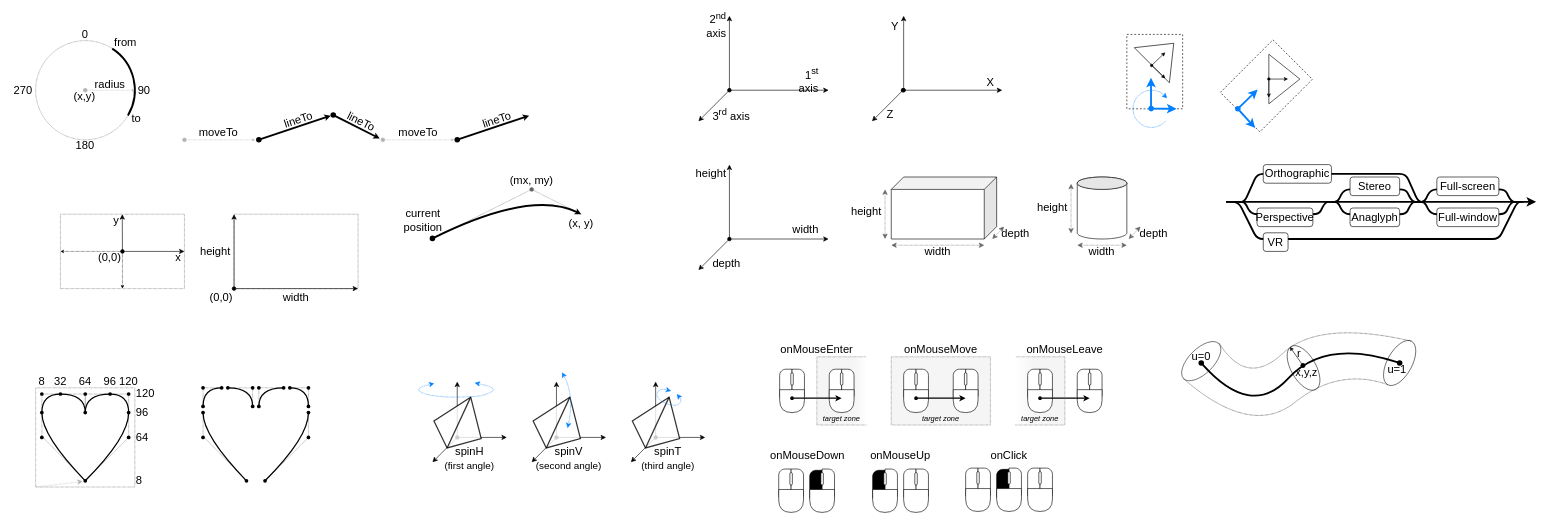
boytchev/suica keeps this draw.io diagram as docs/images/images.drawio. Above is the earlier version. Source tidied: cells renumbered, new cells numbered last; positions are measured from the earlier drawing's top-left corner, leaving out a move shared by most shapes. Both pictures are drawn from the tidied source at 62%, with x=0, y=0 at pixel (11, 16).
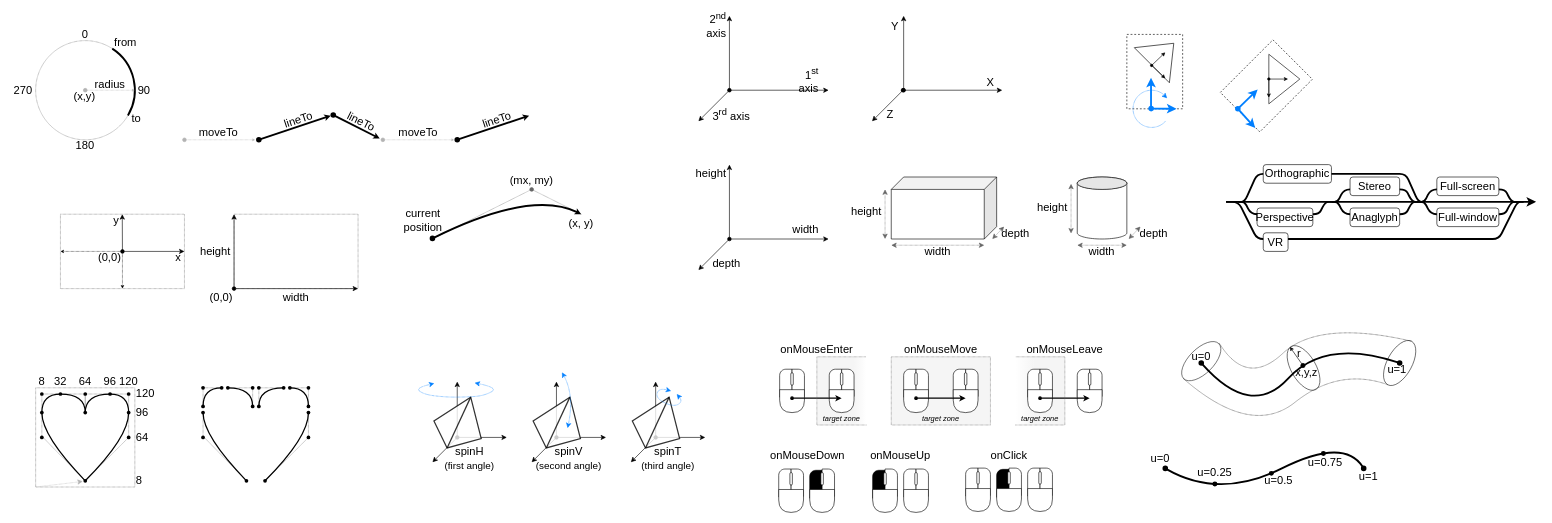
After the change.

What changed in the source:
```diff
@@
+    <mxCell id="282" style="endArrow=oval;html=1;startArrow=oval;startFill=1;endFill=1;curved=1;strokeWidth=3;" parent="1" edge="1">
+      <mxGeometry relative="1" as="geometry">
+        <mxPoint x="1862" y="730" as="sourcePoint" />
+        <mxPoint x="2182" y="730" as="targetPoint" />
+        <Array as="points">
+          <mxPoint x="1950" y="780" />
+          <mxPoint x="2150" y="680" />
+        </Array>
+      </mxGeometry>
+    </mxCell>
+    <mxCell id="283" value="u=0" style="text;html=1;strokeColor=none;fillColor=none;align=center;verticalAlign=middle;whiteSpace=wrap;rounded=0;fontFamily=Calibri;fontSize=18;" parent="1" vertex="1">
+      <mxGeometry x="1834" y="703.5" width="40" height="20" as="geometry" />
+    </mxCell>
+    <mxCell id="284" value="u=1" style="text;html=1;strokeColor=none;fillColor=none;align=center;verticalAlign=middle;whiteSpace=wrap;rounded=0;fontFamily=Calibri;fontSize=18;" parent="1" vertex="1">
+      <mxGeometry x="2170" y="733" width="40" height="20" as="geometry" />
+    </mxCell>
+    <mxCell id="285" style="ellipse;whiteSpace=wrap;html=1;fillColor=#000000;strokeColor=none;" parent="1" vertex="1">
+      <mxGeometry x="2029" y="734" width="8" height="8" as="geometry" />
+    </mxCell>
+    <mxCell id="286" style="ellipse;whiteSpace=wrap;html=1;fillColor=#000000;strokeColor=none;" parent="1" vertex="1">
+      <mxGeometry x="1938" y="751" width="8" height="8" as="geometry" />
+    </mxCell>
+    <mxCell id="287" style="ellipse;whiteSpace=wrap;html=1;fillColor=#000000;strokeColor=none;" parent="1" vertex="1">
+      <mxGeometry x="2113" y="702" width="8" height="8" as="geometry" />
+    </mxCell>
+    <mxCell id="288" value="u=0.25" style="text;html=1;strokeColor=none;fillColor=none;align=center;verticalAlign=middle;whiteSpace=wrap;rounded=0;fontFamily=Calibri;fontSize=18;" parent="1" vertex="1">
+      <mxGeometry x="1922" y="727" width="40" height="20" as="geometry" />
+    </mxCell>
+    <mxCell id="289" value="u=0.5" style="text;html=1;strokeColor=none;fillColor=none;align=center;verticalAlign=middle;whiteSpace=wrap;rounded=0;fontFamily=Calibri;fontSize=18;" parent="1" vertex="1">
+      <mxGeometry x="2025" y="740" width="40" height="20" as="geometry" />
+    </mxCell>
+    <mxCell id="290" value="u=0.75" style="text;html=1;strokeColor=none;fillColor=none;align=center;verticalAlign=middle;whiteSpace=wrap;rounded=0;fontFamily=Calibri;fontSize=18;" parent="1" vertex="1">
+      <mxGeometry x="2100" y="711" width="40" height="20" as="geometry" />
+    </mxCell>
```
